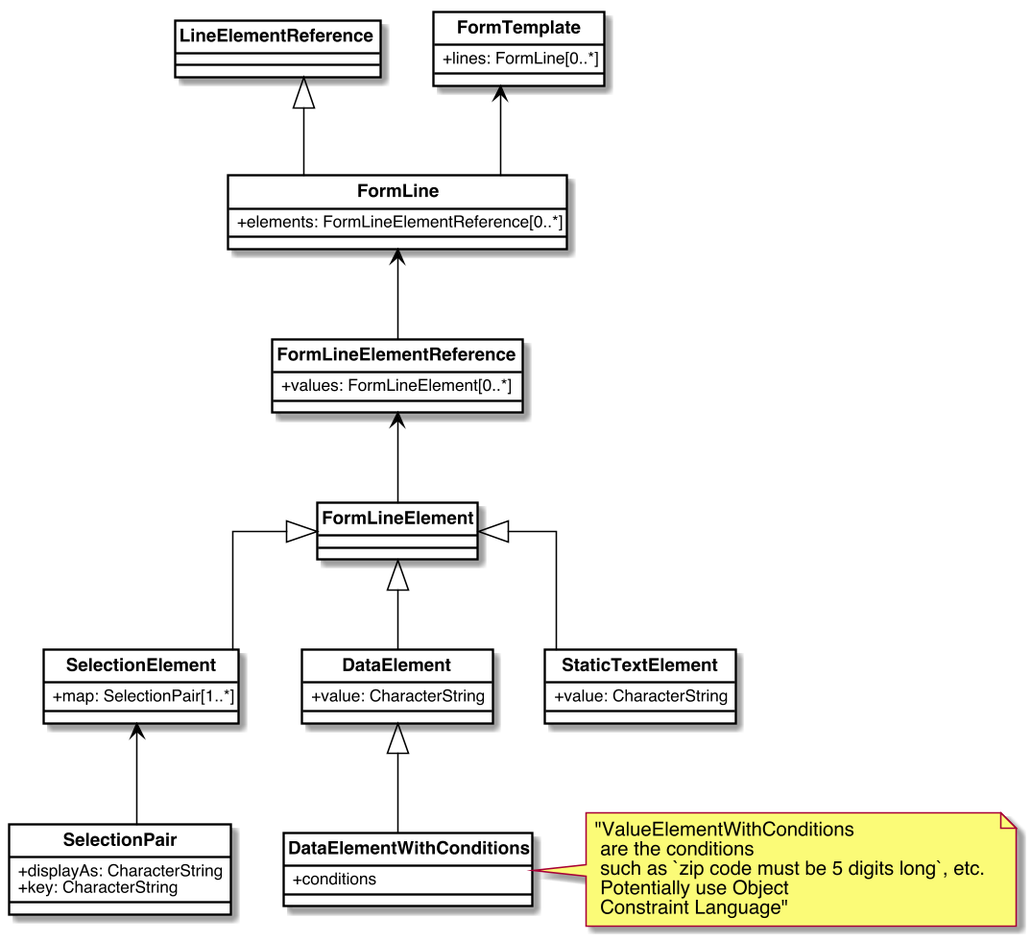
CalConnect/csd-digital-addresses keeps this PlantUML diagram as images/FormTemplate.png. Above is the earlier version. The source it was exported from:
```plantuml
@startuml


skinparam Dpi 150
skinparam Monochrome false
skinparam LineType ortho
hide circle
skinparam Default {
  TextAlignment center
  FontName Helvetica
}
skinparam Class {
  AttributeIconSize 0
  BackgroundColor White
  ArrowColor Black
  BorderColor Black
  FontStyle bold
  StereotypeFontSize 10
}
skinparam Rectangle {
  BackgroundColor White
  ArrowColor Black
  BorderColor Black
  FontStyle bold
  FontSize 11
  StereotypeFontSize 10
}
skinparam Object {
  BackgroundColor White
  ArrowColor Black
  BorderColor Black
  FontStyle bold
  FontSize 11
  StereotypeFontSize 10
}

skinparam Entity {
  StereotypeFontSize 10
}



class FormTemplate {
  +lines: FormLine[0..*]
}

class FormLine{
  +elements: FormLineElementReference[0..*]
}

class LineElementReference{
}

class FormLineElementReference{
  +values: FormLineElement[0..*]
}

class FormLineElement{

}

class SelectionPair{
  +displayAs: CharacterString
  +key: CharacterString
}

class SelectionElement{
  +map: SelectionPair[1..*]
}

class DataElement{
  +value: CharacterString
}

class StaticTextElement{
  +value: CharacterString
}

class DataElementWithConditions{
  +conditions
}


note right of DataElementWithConditions: "ValueElementWithConditions\n are the conditions\n such as `zip code must be 5 digits long`, etc.\n Potentially use Object\n Constraint Language"

FormLine -up-> FormTemplate
StaticTextElement -up-|> FormLineElement
SelectionElement -up-|> FormLineElement
DataElement -up-|> FormLineElement
DataElement <|-- DataElementWithConditions
FormLine -up-|> LineElementReference
FormLineElement -up-> FormLineElementReference
FormLineElementReference -up-> FormLine
SelectionPair -up-> SelectionElement
@enduml
```
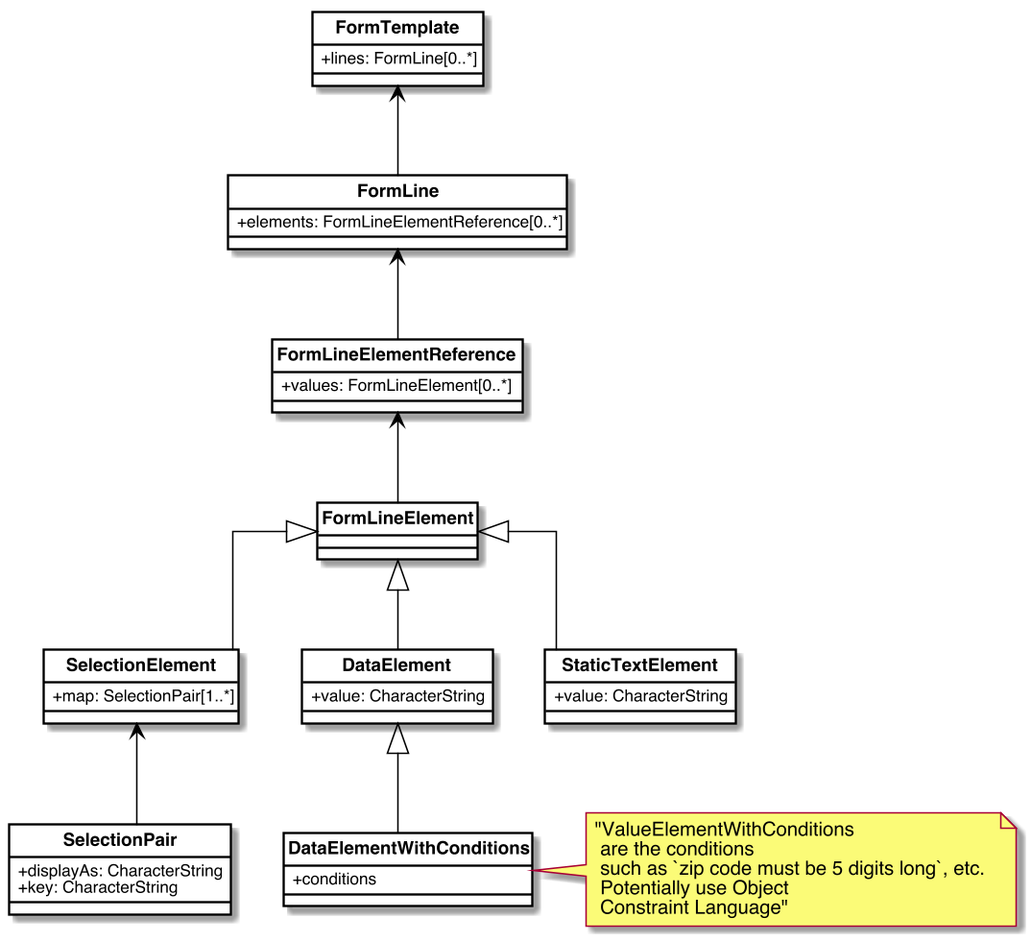
The same diagram one commit later.

What changed in the source:
```diff
@@ -48,15 +48,11 @@
   +elements: FormLineElementReference[0..*]
 }
 
-class LineElementReference{
-}
-
 class FormLineElementReference{
   +values: FormLineElement[0..*]
 }
 
 class FormLineElement{
-
 }
 
 class SelectionPair{
@@ -88,7 +84,6 @@
 SelectionElement -up-|> FormLineElement
 DataElement -up-|> FormLineElement
 DataElement <|-- DataElementWithConditions
-FormLine -up-|> LineElementReference
 FormLineElement -up-> FormLineElementReference
 FormLineElementReference -up-> FormLine
 SelectionPair -up-> SelectionElement
```
